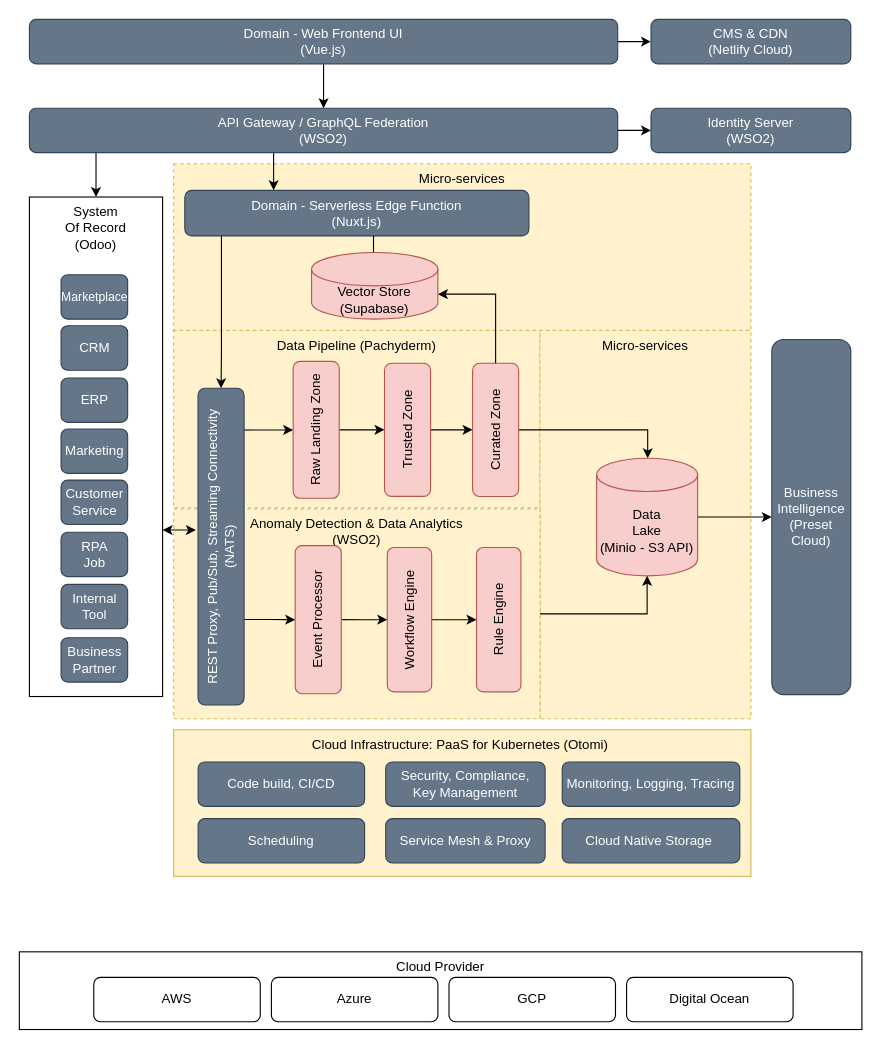
Earlier version of the draw.io diagram master.drawio (man-chi/kata). Source tidied: cells renumbered, new cells numbered last; positions are measured from the earlier drawing's top-left corner, leaving out a move shared by most shapes. Both pictures are drawn from the tidied source at 111%, with x=0, y=0 at pixel (19, 19).
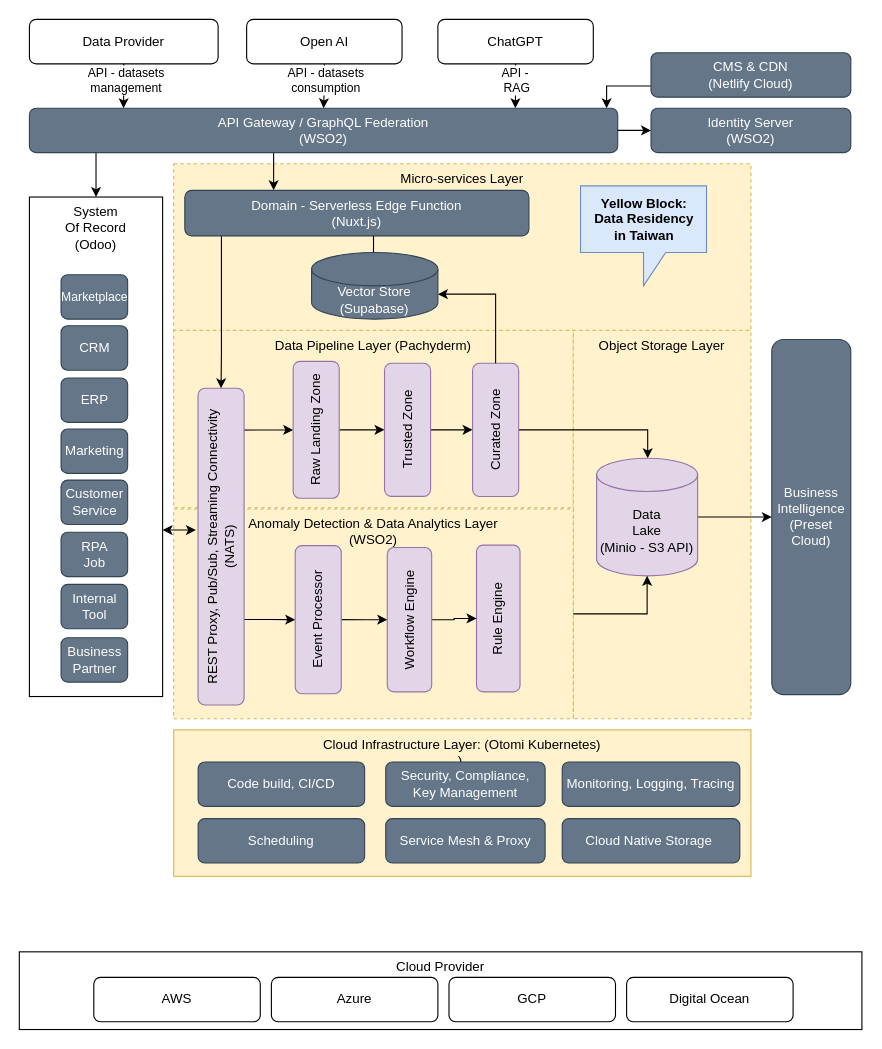
The same diagram, later.

The change refers to these unchanged cells:
```xml
<mxCell id="12" value="API Gateway / GraphQL Federation&lt;br&gt;(WSO2)" style="rounded=1;whiteSpace=wrap;html=1;fillColor=#647687;strokeColor=#314354;fontColor=#ffffff;" parent="1" vertex="1">
  <mxGeometry x="9" y="80" width="530" height="40" as="geometry" />
</mxCell>
```

What changed in the source:
```diff
@@
-    <mxCell id="2" value="Data Pipeline (Pachyderm)" style="rounded=0;whiteSpace=wrap;html=1;align=center;verticalAlign=top;strokeColor=#d6b656;fillColor=#fff2cc;dashed=1;" parent="1" vertex="1">
-      <mxGeometry x="139" y="280" width="330" height="160" as="geometry" />
+    <mxCell id="2" value="Data Pipeline Layer (Pachyderm)" style="rounded=0;whiteSpace=wrap;html=1;align=center;verticalAlign=top;strokeColor=#d6b656;fillColor=#fff2cc;dashed=1;" parent="1" vertex="1">
+      <mxGeometry x="139" y="280" width="360" height="160" as="geometry" />
     </mxCell>
-    <mxCell id="3" value="Micro-services" style="rounded=0;whiteSpace=wrap;html=1;align=center;verticalAlign=top;strokeColor=#d6b656;fillColor=#fff2cc;dashed=1;" parent="1" vertex="1">
-      <mxGeometry x="469" y="280" width="190" height="350" as="geometry" />
+    <mxCell id="3" value="Object Storage Layer" style="rounded=0;whiteSpace=wrap;html=1;align=center;verticalAlign=top;strokeColor=#d6b656;fillColor=#fff2cc;dashed=1;" parent="1" vertex="1">
+      <mxGeometry x="499" y="280" width="160" height="350" as="geometry" />
     </mxCell>
-    <mxCell id="4" value="Micro-services" style="rounded=0;whiteSpace=wrap;html=1;align=center;verticalAlign=top;strokeColor=#d6b656;fillColor=#fff2cc;dashed=1;" parent="1" vertex="1">
+    <mxCell id="4" value="Micro-services Layer" style="rounded=0;whiteSpace=wrap;html=1;align=center;verticalAlign=top;strokeColor=#d6b656;fillColor=#fff2cc;dashed=1;" parent="1" vertex="1">
       <mxGeometry x="139" y="130" width="520" height="150" as="geometry" />
     </mxCell>
-    <mxCell id="5" value="Cloud Infrastructure: PaaS for Kubernetes (Otomi)&amp;nbsp;" style="rounded=0;whiteSpace=wrap;html=1;align=center;verticalAlign=top;fillColor=#fff2cc;strokeColor=#d6b656;" parent="1" vertex="1">
+    <mxCell id="5" value="Cloud Infrastructure Layer: (Otomi&amp;nbsp;Kubernetes)&lt;br&gt;)&amp;nbsp;" style="rounded=0;whiteSpace=wrap;html=1;align=center;verticalAlign=top;fillColor=#fff2cc;strokeColor=#d6b656;" parent="1" vertex="1">
       <mxGeometry x="139" y="640" width="520" height="132" as="geometry" />
     </mxCell>
-    <mxCell id="6" value="Anomaly Detection &amp;amp; Data Analytics&lt;br&gt;(WSO2)" style="rounded=0;whiteSpace=wrap;html=1;align=center;verticalAlign=top;strokeColor=#d6b656;fillColor=#fff2cc;dashed=1;" parent="1" vertex="1">
-      <mxGeometry x="139" y="441" width="330" height="189" as="geometry" />
+    <mxCell id="6" value="Anomaly Detection &amp;amp; Data Analytics Layer&lt;br&gt;(WSO2)" style="rounded=0;whiteSpace=wrap;html=1;align=center;verticalAlign=top;strokeColor=#d6b656;fillColor=#fff2cc;dashed=1;" parent="1" vertex="1">
+      <mxGeometry x="139" y="441" width="360" height="189" as="geometry" />
     </mxCell>
-    <mxCell id="7" style="edgeStyle=orthogonalEdgeStyle;rounded=0;jettySize=auto;html=1;fontColor=#000099;startArrow=none;startFill=0;endArrow=classic;endFill=1;entryX=0.5;entryY=0;entryDx=0;entryDy=0;" parent="1" edge="1" source="9" target="12">
-      <mxGeometry relative="1" as="geometry" />
+    <mxCell id="7" style="edgeStyle=orthogonalEdgeStyle;rounded=0;jettySize=auto;html=1;fontColor=#000099;startArrow=none;startFill=0;endArrow=classic;endFill=1;" parent="1" edge="1" source="44" target="12">
+      <mxGeometry relative="1" as="geometry">
+        <Array as="points">
+          <mxPoint x="579" y="60" />
+          <mxPoint x="529" y="60" />
+        </Array>
+      </mxGeometry>
     </mxCell>
-    <mxCell id="8" style="edgeStyle=orthogonalEdgeStyle;rounded=0;jettySize=auto;html=1;entryX=0;entryY=0.5;entryDx=0;entryDy=0;" parent="1" edge="1" source="9" target="44">
-      <mxGeometry relative="1" as="geometry" />
-    </mxCell>
-    <mxCell id="9" value="Domain - Web Frontend UI&lt;br&gt;(Vue.js)" style="rounded=1;whiteSpace=wrap;html=1;fillColor=#647687;strokeColor=#314354;fontColor=#ffffff;" parent="1" vertex="1">
-      <mxGeometry x="9" width="530" height="40" as="geometry" />
-    </mxCell>
@@
-    <mxCell id="24" value="REST Proxy, Pub/Sub, Streaming Connectivity &lt;br&gt;(NATS)" style="rounded=1;whiteSpace=wrap;html=1;fillColor=#647687;strokeColor=#314354;fontColor=#ffffff;rotation=-90;" parent="1" vertex="1">
+    <mxCell id="24" value="REST Proxy, Pub/Sub, Streaming Connectivity &lt;br&gt;(NATS)" style="rounded=1;whiteSpace=wrap;html=1;fillColor=#e1d5e7;strokeColor=#9673a6;rotation=-90;" parent="1" vertex="1">
       <mxGeometry x="39" y="454.2" width="285.3" height="41.5" as="geometry" />
     </mxCell>
@@
-    <mxCell id="28" value="Raw Landing Zone" style="rounded=1;whiteSpace=wrap;html=1;fillColor=#f8cecc;strokeColor=#b85450;rotation=-90;" parent="1" vertex="1">
+    <mxCell id="28" value="Raw Landing Zone" style="rounded=1;whiteSpace=wrap;html=1;fillColor=#e1d5e7;strokeColor=#9673a6;rotation=-90;" parent="1" vertex="1">
       <mxGeometry x="205.7" y="349" width="123.3" height="41.5" as="geometry" />
     </mxCell>
@@
-    <mxCell id="30" value="Trusted Zone" style="rounded=1;whiteSpace=wrap;html=1;fillColor=#f8cecc;strokeColor=#b85450;rotation=-90;" parent="1" vertex="1">
+    <mxCell id="30" value="Trusted Zone" style="rounded=1;whiteSpace=wrap;html=1;fillColor=#e1d5e7;strokeColor=#9673a6;rotation=-90;" parent="1" vertex="1">
       <mxGeometry x="289.7" y="349" width="119.9" height="41.5" as="geometry" />
     </mxCell>
@@
-    <mxCell id="32" value="Curated Zone" style="rounded=1;whiteSpace=wrap;html=1;fillColor=#f8cecc;strokeColor=#b85450;rotation=-90;" parent="1" vertex="1">
+    <mxCell id="32" value="Curated Zone" style="rounded=1;whiteSpace=wrap;html=1;fillColor=#e1d5e7;strokeColor=#9673a6;rotation=-90;" parent="1" vertex="1">
       <mxGeometry x="369" y="349" width="120" height="41.5" as="geometry" />
     </mxCell>
@@
-    <mxCell id="34" value="Data&lt;br&gt;Lake&lt;br&gt;(Minio - S3 API)" style="shape=cylinder3;whiteSpace=wrap;html=1;boundedLbl=1;backgroundOutline=1;size=15;fillStyle=auto;fillColor=#f8cecc;strokeColor=#b85450;" parent="1" vertex="1">
+    <mxCell id="34" value="Data&lt;br&gt;Lake&lt;br&gt;(Minio - S3 API)" style="shape=cylinder3;whiteSpace=wrap;html=1;boundedLbl=1;backgroundOutline=1;size=15;fillStyle=auto;fillColor=#e1d5e7;strokeColor=#9673a6;" parent="1" vertex="1">
       <mxGeometry x="520" y="395.3" width="91" height="106" as="geometry" />
     </mxCell>
-    <mxCell id="35" value="Rule Engine" style="rounded=1;whiteSpace=wrap;html=1;fillColor=#f8cecc;strokeColor=#b85450;rotation=-90;" parent="1" vertex="1">
-      <mxGeometry x="366.8" y="520.8" width="130" height="40" as="geometry" />
+    <mxCell id="35" value="Rule Engine" style="rounded=1;whiteSpace=wrap;html=1;fillColor=#e1d5e7;strokeColor=#9673a6;rotation=-90;" parent="1" vertex="1">
+      <mxGeometry x="365.3" y="520.1" width="132.2" height="39.2" as="geometry" />
     </mxCell>
@@
-    <mxCell id="37" value="Workflow Engine" style="rounded=1;whiteSpace=wrap;html=1;fillColor=#f8cecc;strokeColor=#b85450;rotation=-90;" parent="1" vertex="1">
+    <mxCell id="37" value="Workflow Engine" style="rounded=1;whiteSpace=wrap;html=1;fillColor=#e1d5e7;strokeColor=#9673a6;rotation=-90;" parent="1" vertex="1">
       <mxGeometry x="286.4" y="520.8" width="130" height="40" as="geometry" />
     </mxCell>
@@
-    <mxCell id="39" value="Event Processor" style="rounded=1;whiteSpace=wrap;html=1;fillColor=#f8cecc;strokeColor=#b85450;rotation=-90;" parent="1" vertex="1">
+    <mxCell id="39" value="Event Processor" style="rounded=1;whiteSpace=wrap;html=1;fillColor=#e1d5e7;strokeColor=#9673a6;rotation=-90;" parent="1" vertex="1">
       <mxGeometry x="202.5" y="520" width="133.4" height="41.5" as="geometry" />
     </mxCell>
@@
     <mxCell id="44" value="CMS &amp;amp; CDN&lt;br&gt;(Netlify Cloud)" style="rounded=1;whiteSpace=wrap;html=1;fillColor=#647687;strokeColor=#314354;fontColor=#ffffff;" parent="1" vertex="1">
-      <mxGeometry x="569" width="180" height="40" as="geometry" />
+      <mxGeometry x="569" y="30" width="180" height="40" as="geometry" />
     </mxCell>
@@
-    <mxCell id="61" value="Vector Store&lt;br&gt;(Supabase)" style="shape=cylinder3;whiteSpace=wrap;html=1;boundedLbl=1;backgroundOutline=1;size=15;fillStyle=auto;fillColor=#f8cecc;strokeColor=#b85450;" parent="1" vertex="1">
+    <mxCell id="61" value="Vector Store&lt;br&gt;(Supabase)" style="shape=cylinder3;whiteSpace=wrap;html=1;boundedLbl=1;backgroundOutline=1;size=15;fillStyle=auto;fillColor=#647687;strokeColor=#314354;fontColor=#ffffff;" parent="1" vertex="1">
       <mxGeometry x="263.2" y="210" width="113.8" height="60" as="geometry" />
     </mxCell>
+    <mxCell id="62" value="Data Provider" style="rounded=1;whiteSpace=wrap;html=1;" parent="1" vertex="1">
+      <mxGeometry x="9" width="170" height="40" as="geometry" />
+    </mxCell>
+    <mxCell id="63" style="edgeStyle=orthogonalEdgeStyle;rounded=0;jettySize=auto;html=1;" parent="1" edge="1" source="65" target="12">
+      <mxGeometry relative="1" as="geometry" />
+    </mxCell>
+    <mxCell id="64" value="API - datasets&lt;br&gt;consumption" style="edgeLabel;html=1;align=center;verticalAlign=middle;" parent="63" vertex="1">
+      <mxGeometry x="0.12" y="2" relative="1" as="geometry">
+        <mxPoint x="-1" y="-8" as="offset" />
+      </mxGeometry>
+    </mxCell>
+    <mxCell id="65" value="Open AI" style="rounded=1;whiteSpace=wrap;html=1;" parent="1" vertex="1">
+      <mxGeometry x="204.7" width="140" height="40" as="geometry" />
+    </mxCell>
+    <mxCell id="66" value="ChatGPT" style="rounded=1;whiteSpace=wrap;html=1;" parent="1" vertex="1">
+      <mxGeometry x="377" width="140" height="40" as="geometry" />
+    </mxCell>
+    <mxCell id="67" style="edgeStyle=orthogonalEdgeStyle;rounded=0;jettySize=auto;html=1;entryX=0.16;entryY=0;entryDx=0;entryDy=0;entryPerimeter=0;" parent="1" edge="1" source="62" target="12">
+      <mxGeometry relative="1" as="geometry" />
+    </mxCell>
+    <mxCell id="68" value="API - datasets&lt;br&gt;management" style="edgeLabel;html=1;align=center;verticalAlign=middle;" parent="67" vertex="1">
+      <mxGeometry x="0.05" y="2" relative="1" as="geometry">
+        <mxPoint y="-6" as="offset" />
+      </mxGeometry>
+    </mxCell>
+    <mxCell id="69" style="edgeStyle=orthogonalEdgeStyle;rounded=0;jettySize=auto;html=1;entryX=0.826;entryY=0;entryDx=0;entryDy=0;entryPerimeter=0;" parent="1" edge="1" source="66" target="12">
+      <mxGeometry relative="1" as="geometry" />
+    </mxCell>
+    <mxCell id="70" value="API -&amp;nbsp;&lt;br&gt;RAG" style="edgeLabel;html=1;align=center;verticalAlign=middle;" parent="69" vertex="1">
+      <mxGeometry x="0.05" y="1" relative="1" as="geometry">
+        <mxPoint y="-6" as="offset" />
+      </mxGeometry>
+    </mxCell>
+    <mxCell id="71" value="&lt;b&gt;Yellow Block:&lt;br&gt;&lt;/b&gt;&lt;div&gt;&lt;b&gt;Data Residency&lt;/b&gt;&lt;/div&gt;&lt;b&gt;in Taiwan&lt;/b&gt;" style="shape=callout;whiteSpace=wrap;html=1;perimeter=calloutPerimeter;fillColor=#dae8fc;strokeColor=#6c8ebf;" parent="1" vertex="1">
+      <mxGeometry x="505.5" y="150" width="113.5" height="90" as="geometry" />
+    </mxCell>
```
